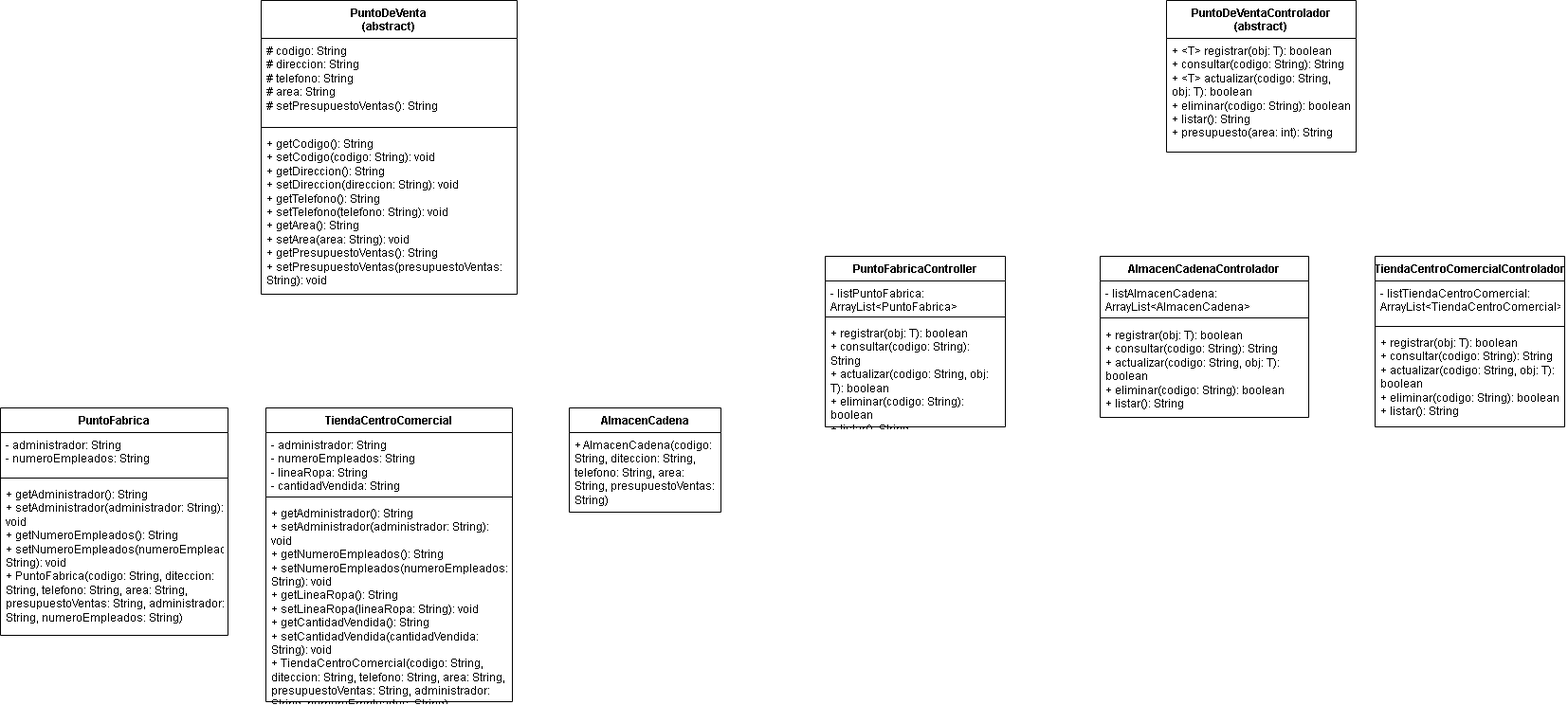
Above: TallerFinalPunto3.drawio.png in AngelDavidGutierrez/TallerFinalPunto3 (draw.io), before the change. Source tidied: cells renumbered, new cells last; positions are measured from the earlier drawing's top-left corner, leaving out a move shared by most shapes.
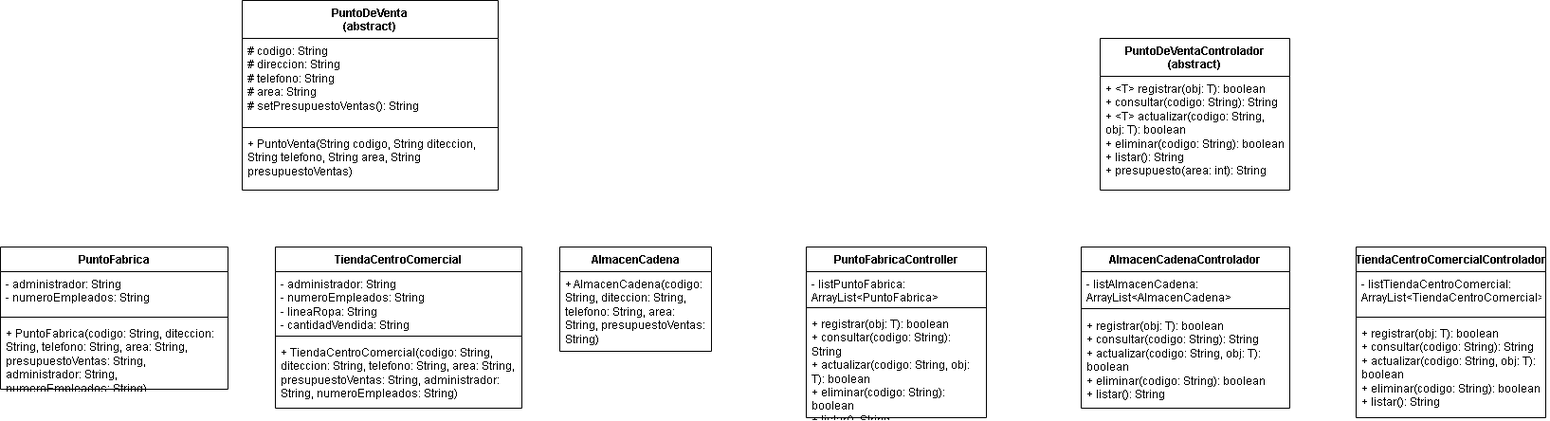
After the commit.

The edit, as a diff of the source:
```diff
@@ -3,7 +3,7 @@
     <mxCell id="0" />
     <mxCell id="1" parent="0" />
     <mxCell id="2" value="TiendaCentroComercial" style="swimlane;fontStyle=1;align=center;verticalAlign=top;horizontal=1;startSize=26;whiteSpace=wrap;html=1;" parent="1" vertex="1">
-      <mxGeometry x="280" y="430" width="260" height="310" as="geometry" />
+      <mxGeometry x="310" y="260" width="260" height="170" as="geometry" />
     </mxCell>
     <mxCell id="3" value="&lt;div&gt;- administrador: String&lt;/div&gt;&lt;div&gt;- numeroEmpleados: String&lt;/div&gt;&lt;div&gt;-&amp;nbsp;lineaRopa: String&lt;/div&gt;&lt;div&gt;-&amp;nbsp;cantidadVendida: String&lt;/div&gt;" style="text;strokeColor=none;fillColor=none;align=left;verticalAlign=top;spacingLeft=4;spacingRight=4;overflow=hidden;whiteSpace=wrap;html=1;" parent="2" vertex="1">
       <mxGeometry y="26" width="260" height="64" as="geometry" />
@@ -11,11 +11,11 @@
     <mxCell id="4" style="line;strokeWidth=1;fillColor=none;align=left;verticalAlign=middle;spacingTop=-1;spacingLeft=3;spacingRight=3;labelPosition=right;strokeColor=inherit;" parent="2" vertex="1">
       <mxGeometry y="90" width="260" height="8" as="geometry" />
     </mxCell>
-    <mxCell id="5" value="+&amp;nbsp;getAdministrador(): String&lt;div&gt;+&amp;nbsp;setAdministrador(administrador: String): void&lt;/div&gt;&lt;div&gt;+&amp;nbsp;getNumeroEmpleados(): String&lt;/div&gt;&lt;div&gt;+&amp;nbsp;setNumeroEmpleados(numeroEmpleados: String): void&lt;/div&gt;&lt;div&gt;+&amp;nbsp;getLineaRopa(): String&lt;/div&gt;&lt;div&gt;+&amp;nbsp;setLineaRopa(lineaRopa: String): void&lt;/div&gt;&lt;div&gt;+&amp;nbsp;getCantidadVendida(): String&lt;/div&gt;&lt;div&gt;+&amp;nbsp;setCantidadVendida(cantidadVendida: String): void&lt;/div&gt;&lt;div&gt;+&amp;nbsp;TiendaCentroComercial(codigo: String, diteccion: String, telefono: String, area: String, presupuestoVentas: String, administrador: String, numeroEmpleados: String)&lt;/div&gt;" style="text;strokeColor=none;fillColor=none;align=left;verticalAlign=top;spacingLeft=4;spacingRight=4;overflow=hidden;whiteSpace=wrap;html=1;" parent="2" vertex="1">
-      <mxGeometry y="98" width="260" height="212" as="geometry" />
+    <mxCell id="5" value="&lt;div&gt;+&amp;nbsp;TiendaCentroComercial(codigo: String, diteccion: String, telefono: String, area: String, presupuestoVentas: String, administrador: String, numeroEmpleados: String)&lt;/div&gt;" style="text;strokeColor=none;fillColor=none;align=left;verticalAlign=top;spacingLeft=4;spacingRight=4;overflow=hidden;whiteSpace=wrap;html=1;" parent="2" vertex="1">
+      <mxGeometry y="98" width="260" height="72" as="geometry" />
     </mxCell>
     <mxCell id="6" value="PuntoDeVenta&lt;div&gt;(abstract)&lt;/div&gt;" style="swimlane;fontStyle=1;align=center;verticalAlign=top;horizontal=1;startSize=40;whiteSpace=wrap;html=1;" parent="1" vertex="1">
-      <mxGeometry x="275" width="270" height="310" as="geometry" />
+      <mxGeometry x="275" width="270" height="200" as="geometry" />
     </mxCell>
     <mxCell id="7" value="# codigo: String&lt;div&gt;# direccion: String&lt;/div&gt;&lt;div&gt;# telefono: String&lt;/div&gt;&lt;div&gt;# area: String&lt;/div&gt;&lt;div&gt;# setPresupuestoVentas(): String&lt;/div&gt;" style="text;strokeColor=none;fillColor=none;align=left;verticalAlign=top;spacingLeft=4;spacingRight=4;overflow=hidden;whiteSpace=wrap;html=1;" parent="6" vertex="1">
       <mxGeometry y="40" width="270" height="90" as="geometry" />
@@ -23,17 +23,17 @@
     <mxCell id="8" style="line;strokeWidth=1;fillColor=none;align=left;verticalAlign=middle;spacingTop=-1;spacingLeft=3;spacingRight=3;labelPosition=right;strokeColor=inherit;" parent="6" vertex="1">
       <mxGeometry y="130" width="270" height="8" as="geometry" />
     </mxCell>
-    <mxCell id="9" value="+ getCodigo(): String&lt;div&gt;+ setCodigo(codigo: String): void&lt;/div&gt;&lt;div&gt;+ getDireccion(): String&lt;/div&gt;&lt;div&gt;+ setDireccion(direccion: String): void&lt;/div&gt;&lt;div&gt;+ getTelefono(): String&lt;/div&gt;&lt;div&gt;+ setTelefono(telefono: String): void&lt;/div&gt;&lt;div&gt;+ getArea(): String&lt;/div&gt;&lt;div&gt;+ setArea(area: String): void&lt;/div&gt;&lt;div&gt;+ getPresupuestoVentas(): String&lt;/div&gt;&lt;div&gt;+ setPresupuestoVentas(presupuestoVentas: String): void&lt;/div&gt;" style="text;strokeColor=none;fillColor=none;align=left;verticalAlign=top;spacingLeft=4;spacingRight=4;overflow=hidden;whiteSpace=wrap;html=1;" parent="6" vertex="1">
-      <mxGeometry y="138" width="270" height="172" as="geometry" />
+    <mxCell id="9" value="+ PuntoVenta(String codigo, String diteccion, String telefono, String area, String presupuestoVentas)" style="text;strokeColor=none;fillColor=none;align=left;verticalAlign=top;spacingLeft=4;spacingRight=4;overflow=hidden;whiteSpace=wrap;html=1;" parent="6" vertex="1">
+      <mxGeometry y="138" width="270" height="62" as="geometry" />
     </mxCell>
     <mxCell id="10" value="AlmacenCadena" style="swimlane;fontStyle=1;align=center;verticalAlign=top;horizontal=1;startSize=26;whiteSpace=wrap;html=1;" parent="1" vertex="1">
-      <mxGeometry x="600" y="430" width="160" height="110" as="geometry" />
+      <mxGeometry x="610" y="260" width="160" height="110" as="geometry" />
     </mxCell>
     <mxCell id="11" value="+&amp;nbsp;AlmacenCadena(codigo: String, diteccion: String, telefono: String, area: String, presupuestoVentas: String)&amp;nbsp;" style="text;strokeColor=none;fillColor=none;align=left;verticalAlign=top;spacingLeft=4;spacingRight=4;overflow=hidden;whiteSpace=wrap;html=1;" parent="10" vertex="1">
       <mxGeometry y="26" width="160" height="84" as="geometry" />
     </mxCell>
     <mxCell id="12" value="PuntoFabrica" style="swimlane;fontStyle=1;align=center;verticalAlign=top;horizontal=1;startSize=26;whiteSpace=wrap;html=1;" parent="1" vertex="1">
-      <mxGeometry y="430" width="240" height="240" as="geometry" />
+      <mxGeometry x="20" y="260" width="240" height="150" as="geometry" />
     </mxCell>
     <mxCell id="13" value="-&amp;nbsp;administrador: String&lt;div&gt;-&amp;nbsp;numeroEmpleados: String&lt;/div&gt;" style="text;strokeColor=none;fillColor=none;align=left;verticalAlign=top;spacingLeft=4;spacingRight=4;overflow=hidden;whiteSpace=wrap;html=1;" parent="12" vertex="1">
       <mxGeometry y="26" width="240" height="44" as="geometry" />
@@ -41,17 +41,17 @@
     <mxCell id="14" style="line;strokeWidth=1;fillColor=none;align=left;verticalAlign=middle;spacingTop=-1;spacingLeft=3;spacingRight=3;labelPosition=right;strokeColor=inherit;" parent="12" vertex="1">
       <mxGeometry y="70" width="240" height="8" as="geometry" />
     </mxCell>
-    <mxCell id="15" value="+&amp;nbsp;getAdministrador(): String&lt;div&gt;+&amp;nbsp;setAdministrador(administrador: String): void&lt;/div&gt;&lt;div&gt;+ getNumeroEmpleados(): String&lt;/div&gt;&lt;div&gt;+&amp;nbsp;setNumeroEmpleados(numeroEmpleados: String): void&lt;/div&gt;&lt;div&gt;+&amp;nbsp;PuntoFabrica(codigo: String, diteccion: String, telefono: String, area: String, presupuestoVentas: String, administrador: String, numeroEmpleados: String)&lt;/div&gt;" style="text;strokeColor=none;fillColor=none;align=left;verticalAlign=top;spacingLeft=4;spacingRight=4;overflow=hidden;whiteSpace=wrap;html=1;" parent="12" vertex="1">
-      <mxGeometry y="78" width="240" height="162" as="geometry" />
+    <mxCell id="15" value="&lt;div&gt;+&amp;nbsp;PuntoFabrica(codigo: String, diteccion: String, telefono: String, area: String, presupuestoVentas: String, administrador: String, numeroEmpleados: String)&lt;/div&gt;" style="text;strokeColor=none;fillColor=none;align=left;verticalAlign=top;spacingLeft=4;spacingRight=4;overflow=hidden;whiteSpace=wrap;html=1;" parent="12" vertex="1">
+      <mxGeometry y="78" width="240" height="72" as="geometry" />
     </mxCell>
     <mxCell id="16" value="PuntoDeVentaControlador&lt;div&gt;(abstract)&lt;/div&gt;" style="swimlane;fontStyle=1;align=center;verticalAlign=top;horizontal=1;startSize=40;whiteSpace=wrap;html=1;" parent="1" vertex="1">
-      <mxGeometry x="1230" width="200" height="160" as="geometry" />
+      <mxGeometry x="1180" y="40" width="200" height="160" as="geometry" />
     </mxCell>
     <mxCell id="17" value="+ &amp;lt;T&amp;gt; registrar(obj: T): boolean&lt;div&gt;+ consultar(codigo: String): String&lt;/div&gt;&lt;div&gt;+ &amp;lt;T&amp;gt; actualizar(codigo: String, obj: T): boolean&lt;/div&gt;&lt;div&gt;+&amp;nbsp;eliminar(codigo: String): boolean&lt;/div&gt;&lt;div&gt;+&amp;nbsp;listar(): String&lt;/div&gt;&lt;div&gt;+&amp;nbsp;presupuesto(area: int): String&lt;/div&gt;" style="text;strokeColor=none;fillColor=none;align=left;verticalAlign=top;spacingLeft=4;spacingRight=4;overflow=hidden;whiteSpace=wrap;html=1;" parent="16" vertex="1">
       <mxGeometry y="40" width="200" height="120" as="geometry" />
     </mxCell>
     <mxCell id="18" value="AlmacenCadenaControlador" style="swimlane;fontStyle=1;align=center;verticalAlign=top;horizontal=1;startSize=26;whiteSpace=wrap;html=1;" parent="1" vertex="1">
-      <mxGeometry x="1160" y="270" width="220" height="170" as="geometry" />
+      <mxGeometry x="1160" y="260" width="220" height="170" as="geometry" />
     </mxCell>
     <mxCell id="19" value="-&amp;nbsp;listAlmacenCadena: ArrayList&amp;lt;AlmacenCadena&amp;gt;" style="text;strokeColor=none;fillColor=none;align=left;verticalAlign=top;spacingLeft=4;spacingRight=4;overflow=hidden;whiteSpace=wrap;html=1;" parent="18" vertex="1">
       <mxGeometry y="26" width="220" height="34" as="geometry" />
@@ -63,7 +63,7 @@
       <mxGeometry y="70" width="220" height="100" as="geometry" />
     </mxCell>
     <mxCell id="22" value="TiendaCentroComercialControlador" style="swimlane;fontStyle=1;align=center;verticalAlign=top;horizontal=1;startSize=26;whiteSpace=wrap;html=1;" parent="1" vertex="1">
-      <mxGeometry x="1450" y="270" width="200" height="180" as="geometry" />
+      <mxGeometry x="1450" y="260" width="200" height="180" as="geometry" />
     </mxCell>
     <mxCell id="23" value="-&amp;nbsp;listTiendaCentroComercial: ArrayList&amp;lt;TiendaCentroComercial&amp;gt;" style="text;strokeColor=none;fillColor=none;align=left;verticalAlign=top;spacingLeft=4;spacingRight=4;overflow=hidden;whiteSpace=wrap;html=1;" parent="22" vertex="1">
       <mxGeometry y="26" width="200" height="44" as="geometry" />
@@ -75,7 +75,7 @@
       <mxGeometry y="78" width="200" height="102" as="geometry" />
     </mxCell>
     <mxCell id="26" value="PuntoFabricaController" style="swimlane;fontStyle=1;align=center;verticalAlign=top;horizontal=1;startSize=26;whiteSpace=wrap;html=1;" parent="1" vertex="1">
-      <mxGeometry x="870" y="270" width="190" height="180" as="geometry" />
+      <mxGeometry x="870" y="260" width="190" height="180" as="geometry" />
     </mxCell>
     <mxCell id="27" value="-&amp;nbsp;listPuntoFabrica: ArrayList&amp;lt;PuntoFabrica&amp;gt;" style="text;strokeColor=none;fillColor=none;align=left;verticalAlign=top;spacingLeft=4;spacingRight=4;overflow=hidden;whiteSpace=wrap;html=1;" parent="26" vertex="1">
       <mxGeometry y="26" width="190" height="34" as="geometry" />
```
